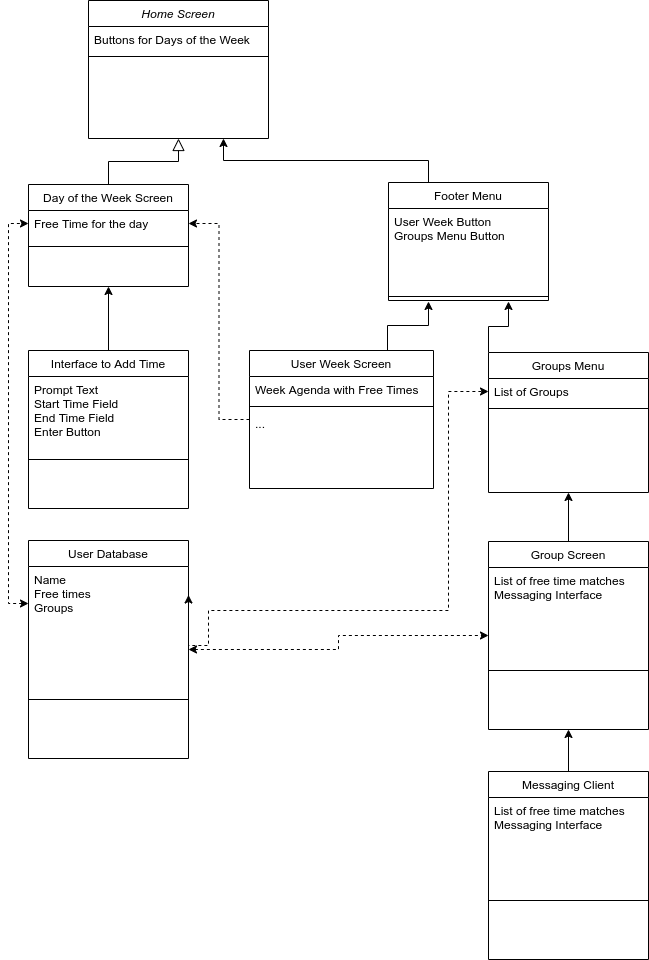
calvin-cs262-fall2020-teamD/freetime-project keeps this draw.io diagram as FreeTime_UML.png. Above is the earlier version. Source tidied: cells renumbered, new cells last; positions are measured from the earlier drawing's top-left corner, leaving out a move shared by most shapes.
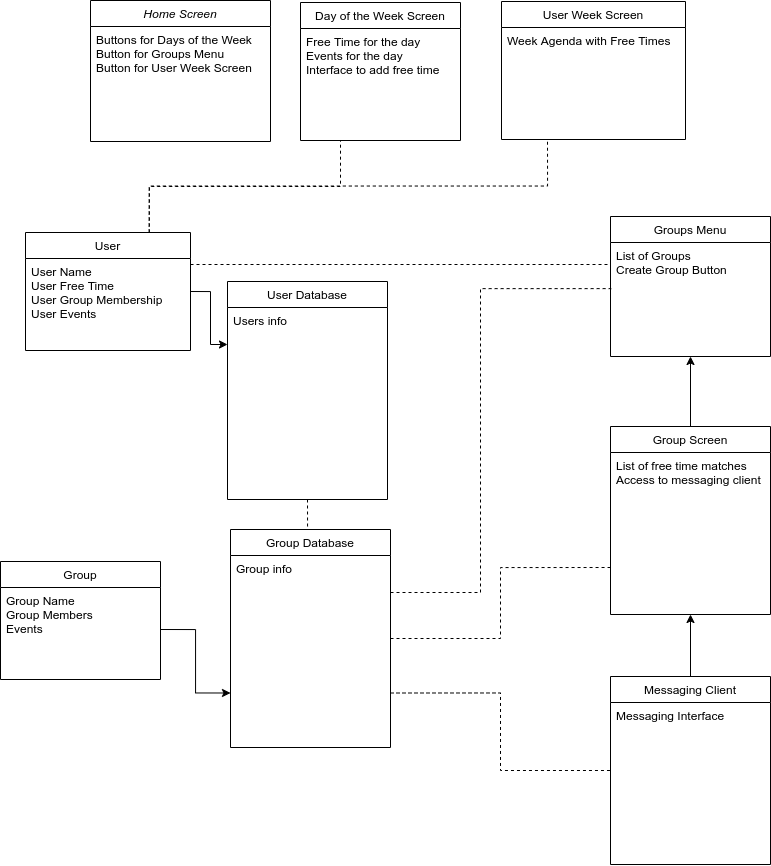
Later version of the same file.

Commit message:
Fixes UML Diagram

What changed in the source:
```diff
@@ -2,135 +2,112 @@
   <root>
     <mxCell id="0" />
     <mxCell id="1" parent="0" />
+    <mxCell id="10" value="Day of the Week Screen" style="swimlane;fontStyle=0;align=center;verticalAlign=top;horizontal=1;startSize=26;rounded=0;shadow=0;strokeWidth=1;" parent="1" vertex="1">
+      <mxGeometry x="60" y="2" width="160" height="138" as="geometry" />
+    </mxCell>
+    <mxCell id="11" value="Free Time for the day&#10;Events for the day&#10;Interface to add free time" style="text;align=left;verticalAlign=top;spacingLeft=4;spacingRight=4;overflow=hidden;points=[[0,0.5],[1,0.5]];portConstraint=eastwest;" parent="10" vertex="1">
+      <mxGeometry y="26" width="160" height="54" as="geometry" />
+    </mxCell>
+    <mxCell id="16" value="User Week Screen" style="swimlane;fontStyle=0;align=center;verticalAlign=top;horizontal=1;startSize=26;rounded=0;shadow=0;strokeWidth=1;" parent="1" vertex="1">
+      <mxGeometry x="261" y="1" width="184" height="138" as="geometry" />
+    </mxCell>
+    <mxCell id="17" value="Week Agenda with Free Times" style="text;align=left;verticalAlign=top;spacingLeft=4;spacingRight=4;overflow=hidden;rounded=0;shadow=0;html=0;" parent="16" vertex="1">
+      <mxGeometry y="26" width="184" height="26" as="geometry" />
+    </mxCell>
+    <mxCell id="24" style="edgeStyle=orthogonalEdgeStyle;rounded=0;jettySize=auto;html=1;exitX=0;exitY=0.5;exitDx=0;exitDy=0;entryX=1;entryY=0.75;entryDx=0;entryDy=0;strokeColor=none;jumpStyle=gap;" parent="1" edge="1" target="10">
+      <mxGeometry relative="1" as="geometry">
+        <mxPoint x="261" y="74" as="sourcePoint" />
+      </mxGeometry>
+    </mxCell>
+    <mxCell id="25" style="edgeStyle=orthogonalEdgeStyle;rounded=0;jettySize=auto;html=1;exitX=0.5;exitY=0;exitDx=0;exitDy=0;entryX=0.5;entryY=1;entryDx=0;entryDy=0;" parent="1" edge="1" source="26" target="7">
+      <mxGeometry relative="1" as="geometry" />
+    </mxCell>
+    <mxCell id="7" value="Groups Menu" style="swimlane;fontStyle=0;align=center;verticalAlign=top;horizontal=1;startSize=26;rounded=0;shadow=0;strokeWidth=1;" parent="1" vertex="1">
+      <mxGeometry x="370" y="216" width="160" height="140" as="geometry" />
+    </mxCell>
+    <mxCell id="8" value="List of Groups&#10;Create Group Button&#10;" style="text;align=left;verticalAlign=top;spacingLeft=4;spacingRight=4;overflow=hidden;points=[[0,0.5],[1,0.5]];portConstraint=eastwest;" parent="7" vertex="1">
+      <mxGeometry y="26" width="160" height="44" as="geometry" />
+    </mxCell>
     <mxCell id="2" value="Home Screen" style="swimlane;fontStyle=2;align=center;verticalAlign=top;horizontal=1;startSize=26;rounded=0;shadow=0;strokeWidth=1;" parent="1" vertex="1">
-      <mxGeometry x="60" width="180" height="138" as="geometry" />
+      <mxGeometry x="-150" width="180" height="141" as="geometry" />
     </mxCell>
-    <mxCell id="3" value="Buttons for Days of the Week" style="text;align=left;verticalAlign=top;spacingLeft=4;spacingRight=4;overflow=hidden;" parent="2" vertex="1">
-      <mxGeometry y="26" width="180" height="26" as="geometry" />
+    <mxCell id="3" value="Buttons for Days of the Week&#10;Button for Groups Menu&#10;Button for User Week Screen" style="text;align=left;verticalAlign=top;spacingLeft=4;spacingRight=4;overflow=hidden;" parent="2" vertex="1">
+      <mxGeometry y="26" width="180" height="64" as="geometry" />
     </mxCell>
-    <mxCell id="4" style="line;html=1;strokeWidth=1;align=left;verticalAlign=middle;spacingTop=-1;spacingLeft=3;spacingRight=3;labelPosition=right;" parent="2" vertex="1">
-      <mxGeometry y="52" width="180" height="8" as="geometry" />
-    </mxCell>
-    <mxCell id="5" value="&#10;" style="text;align=left;verticalAlign=top;spacingLeft=4;spacingRight=4;overflow=hidden;" parent="2" vertex="1">
-      <mxGeometry y="60" width="180" height="40" as="geometry" />
-    </mxCell>
-    <mxCell id="6" style="edgeStyle=orthogonalEdgeStyle;rounded=0;jettySize=auto;html=1;exitX=0;exitY=0;exitDx=0;exitDy=0;entryX=0.75;entryY=1.125;entryDx=0;entryDy=0;entryPerimeter=0;" parent="1" edge="1" source="7" target="32">
-      <mxGeometry relative="1" as="geometry" />
-    </mxCell>
-    <mxCell id="7" value="Groups Menu" style="swimlane;fontStyle=0;align=center;verticalAlign=top;horizontal=1;startSize=26;rounded=0;shadow=0;strokeWidth=1;" parent="1" vertex="1">
-      <mxGeometry x="460" y="352" width="160" height="140" as="geometry" />
-    </mxCell>
-    <mxCell id="8" value="List of Groups" style="text;align=left;verticalAlign=top;spacingLeft=4;spacingRight=4;overflow=hidden;points=[[0,0.5],[1,0.5]];portConstraint=eastwest;" parent="7" vertex="1">
-      <mxGeometry y="26" width="160" height="26" as="geometry" />
-    </mxCell>
-    <mxCell id="9" style="line;html=1;strokeWidth=1;align=left;verticalAlign=middle;spacingTop=-1;spacingLeft=3;spacingRight=3;labelPosition=right;" parent="7" vertex="1">
-      <mxGeometry y="52" width="160" height="8" as="geometry" />
-    </mxCell>
-    <mxCell id="10" value="Day of the Week Screen" style="swimlane;fontStyle=0;align=center;verticalAlign=top;horizontal=1;startSize=26;rounded=0;shadow=0;strokeWidth=1;" parent="1" vertex="1">
-      <mxGeometry y="184" width="160" height="102" as="geometry" />
-    </mxCell>
-    <mxCell id="11" value="Free Time for the day" style="text;align=left;verticalAlign=top;spacingLeft=4;spacingRight=4;overflow=hidden;points=[[0,0.5],[1,0.5]];portConstraint=eastwest;" parent="10" vertex="1">
-      <mxGeometry y="26" width="160" height="26" as="geometry" />
-    </mxCell>
-    <mxCell id="12" style="line;html=1;strokeWidth=1;align=left;verticalAlign=middle;spacingTop=-1;spacingLeft=3;spacingRight=3;labelPosition=right;" parent="10" vertex="1">
-      <mxGeometry y="52" width="160" height="20" as="geometry" />
-    </mxCell>
-    <mxCell id="13" style="endArrow=block;endSize=10;endFill=0;shadow=0;strokeWidth=1;rounded=0;edgeStyle=elbowEdgeStyle;elbow=vertical;" parent="1" edge="1" source="10" target="2">
-      <mxGeometry relative="1" as="geometry" />
-    </mxCell>
-    <mxCell id="14" style="edgeStyle=orthogonalEdgeStyle;rounded=0;jettySize=auto;html=1;exitX=0.75;exitY=0;exitDx=0;exitDy=0;entryX=0.25;entryY=1.125;entryDx=0;entryDy=0;entryPerimeter=0;" parent="1" edge="1" source="16" target="32">
-      <mxGeometry relative="1" as="geometry" />
-    </mxCell>
-    <mxCell id="15" style="edgeStyle=orthogonalEdgeStyle;rounded=0;jumpStyle=gap;jettySize=auto;html=1;exitX=0;exitY=0.5;exitDx=0;exitDy=0;entryX=1;entryY=0.5;entryDx=0;entryDy=0;dashed=1;startArrow=none;startFill=0;endArrow=classic;endFill=1;" parent="1" edge="1" source="16" target="11">
-      <mxGeometry relative="1" as="geometry" />
-    </mxCell>
-    <mxCell id="16" value="User Week Screen" style="swimlane;fontStyle=0;align=center;verticalAlign=top;horizontal=1;startSize=26;rounded=0;shadow=0;strokeWidth=1;" parent="1" vertex="1">
-      <mxGeometry x="221" y="350" width="184" height="138" as="geometry" />
-    </mxCell>
-    <mxCell id="17" value="Week Agenda with Free Times" style="text;align=left;verticalAlign=top;spacingLeft=4;spacingRight=4;overflow=hidden;rounded=0;shadow=0;html=0;" parent="16" vertex="1">
-      <mxGeometry y="26" width="184" height="26" as="geometry" />
-    </mxCell>
-    <mxCell id="18" style="line;html=1;strokeWidth=1;align=left;verticalAlign=middle;spacingTop=-1;spacingLeft=3;spacingRight=3;labelPosition=right;" parent="16" vertex="1">
-      <mxGeometry y="52" width="184" height="8" as="geometry" />
-    </mxCell>
-    <mxCell id="19" value="..." style="text;align=left;verticalAlign=top;spacingLeft=4;spacingRight=4;overflow=hidden;points=[[0,0.5],[1,0.5]];portConstraint=eastwest;" parent="16" vertex="1">
-      <mxGeometry y="60" width="184" height="26" as="geometry" />
-    </mxCell>
-    <mxCell id="20" style="edgeStyle=orthogonalEdgeStyle;rounded=0;jettySize=auto;html=1;exitX=0.5;exitY=0;exitDx=0;exitDy=0;entryX=0.5;entryY=1;entryDx=0;entryDy=0;" parent="1" edge="1" source="21" target="10">
-      <mxGeometry relative="1" as="geometry" />
-    </mxCell>
-    <mxCell id="21" value="Interface to Add Time" style="swimlane;fontStyle=0;align=center;verticalAlign=top;horizontal=1;startSize=26;rounded=0;shadow=0;strokeWidth=1;" parent="1" vertex="1">
-      <mxGeometry y="350" width="160" height="158" as="geometry" />
-    </mxCell>
-    <mxCell id="22" value="Prompt Text&#10;Start Time Field&#10;End Time Field&#10;Enter Button&#10;" style="text;align=left;verticalAlign=top;spacingLeft=4;spacingRight=4;overflow=hidden;" parent="21" vertex="1">
-      <mxGeometry y="26" width="160" height="64" as="geometry" />
-    </mxCell>
-    <mxCell id="23" style="line;html=1;strokeWidth=1;align=left;verticalAlign=middle;spacingTop=-1;spacingLeft=3;spacingRight=3;labelPosition=right;" parent="21" vertex="1">
-      <mxGeometry y="90" width="160" height="38" as="geometry" />
-    </mxCell>
-    <mxCell id="24" style="edgeStyle=orthogonalEdgeStyle;rounded=0;jettySize=auto;html=1;exitX=0;exitY=0.5;exitDx=0;exitDy=0;entryX=1;entryY=0.75;entryDx=0;entryDy=0;strokeColor=none;jumpStyle=gap;" parent="1" edge="1" source="19" target="10">
-      <mxGeometry relative="1" as="geometry" />
-    </mxCell>
-    <mxCell id="25" style="edgeStyle=orthogonalEdgeStyle;rounded=0;jettySize=auto;html=1;exitX=0.5;exitY=0;exitDx=0;exitDy=0;entryX=0.5;entryY=1;entryDx=0;entryDy=0;" parent="1" edge="1" source="26" target="7">
-      <mxGeometry relative="1" as="geometry" />
-    </mxCell>
     <mxCell id="26" value="Group Screen" style="swimlane;fontStyle=0;align=center;verticalAlign=top;horizontal=1;startSize=26;rounded=0;shadow=0;strokeWidth=1;" parent="1" vertex="1">
-      <mxGeometry x="460" y="541" width="160" height="188" as="geometry" />
+      <mxGeometry x="370" y="426" width="160" height="188" as="geometry" />
     </mxCell>
-    <mxCell id="27" value="List of free time matches&#10;Messaging Interface" style="text;align=left;verticalAlign=top;spacingLeft=4;spacingRight=4;overflow=hidden;" parent="26" vertex="1">
+    <mxCell id="27" value="List of free time matches&#10;Access to messaging client" style="text;align=left;verticalAlign=top;spacingLeft=4;spacingRight=4;overflow=hidden;" parent="26" vertex="1">
       <mxGeometry y="26" width="160" height="44" as="geometry" />
     </mxCell>
-    <mxCell id="28" style="line;html=1;strokeWidth=1;align=left;verticalAlign=middle;spacingTop=-1;spacingLeft=3;spacingRight=3;labelPosition=right;" parent="26" vertex="1">
-      <mxGeometry y="70" width="160" height="118" as="geometry" />
-    </mxCell>
-    <mxCell id="29" style="edgeStyle=orthogonalEdgeStyle;rounded=0;jettySize=auto;html=1;exitX=0.25;exitY=0;exitDx=0;exitDy=0;entryX=0.75;entryY=1;entryDx=0;entryDy=0;" parent="1" edge="1" source="30" target="2">
-      <mxGeometry relative="1" as="geometry" />
-    </mxCell>
-    <mxCell id="30" value="Footer Menu" style="swimlane;fontStyle=0;align=center;verticalAlign=top;horizontal=1;startSize=26;rounded=0;shadow=0;strokeWidth=1;" parent="1" vertex="1">
-      <mxGeometry x="360" y="182" width="160" height="118" as="geometry" />
-    </mxCell>
-    <mxCell id="31" value="User Week Button&#10;Groups Menu Button" style="text;align=left;verticalAlign=top;spacingLeft=4;spacingRight=4;overflow=hidden;" parent="30" vertex="1">
-      <mxGeometry y="26" width="160" height="84" as="geometry" />
-    </mxCell>
-    <mxCell id="32" style="line;html=1;strokeWidth=1;align=left;verticalAlign=middle;spacingTop=-1;spacingLeft=3;spacingRight=3;labelPosition=right;points=[];portConstraint=eastwest;" parent="30" vertex="1">
-      <mxGeometry y="110" width="160" height="8" as="geometry" />
-    </mxCell>
-    <mxCell id="33" style="edgeStyle=orthogonalEdgeStyle;rounded=0;jumpStyle=gap;jettySize=auto;html=1;exitX=1;exitY=0.25;exitDx=0;exitDy=0;entryX=0;entryY=0.5;entryDx=0;entryDy=0;dashed=1;startArrow=classic;startFill=1;endArrow=classic;endFill=1;" parent="1" edge="1" source="35" target="8">
-      <mxGeometry relative="1" as="geometry">
-        <Array as="points">
-          <mxPoint x="180" y="645" />
-          <mxPoint x="180" y="610" />
-          <mxPoint x="420" y="610" />
-          <mxPoint x="420" y="391" />
-        </Array>
-      </mxGeometry>
-    </mxCell>
-    <mxCell id="34" style="edgeStyle=orthogonalEdgeStyle;rounded=0;jumpStyle=gap;jettySize=auto;html=1;exitX=1;exitY=0.5;exitDx=0;exitDy=0;entryX=0;entryY=0.5;entryDx=0;entryDy=0;dashed=1;startArrow=classic;startFill=1;endArrow=classic;endFill=1;" parent="1" edge="1" source="35" target="26">
-      <mxGeometry relative="1" as="geometry" />
-    </mxCell>
     <mxCell id="35" value="User Database" style="swimlane;fontStyle=0;align=center;verticalAlign=top;horizontal=1;startSize=26;rounded=0;shadow=0;strokeWidth=1;" parent="1" vertex="1">
-      <mxGeometry y="540" width="160" height="218" as="geometry" />
+      <mxGeometry x="-13" y="281" width="160" height="218" as="geometry" />
     </mxCell>
-    <mxCell id="36" value="Name&#10;Free times&#10;Groups" style="text;align=left;verticalAlign=top;spacingLeft=4;spacingRight=4;overflow=hidden;points=[[0,0.5],[1,0.5]];portConstraint=eastwest;" parent="35" vertex="1">
+    <mxCell id="36" value="Users info&#10;" style="text;align=left;verticalAlign=top;spacingLeft=4;spacingRight=4;overflow=hidden;points=[[0,0.5],[1,0.5]];portConstraint=eastwest;" parent="35" vertex="1">
       <mxGeometry y="26" width="160" height="74" as="geometry" />
     </mxCell>
-    <mxCell id="37" style="line;html=1;strokeWidth=1;align=left;verticalAlign=middle;spacingTop=-1;spacingLeft=3;spacingRight=3;labelPosition=right;" parent="35" vertex="1">
-      <mxGeometry y="100" width="160" height="118" as="geometry" />
-    </mxCell>
     <mxCell id="38" style="edgeStyle=orthogonalEdgeStyle;rounded=0;jumpStyle=gap;jettySize=auto;html=1;exitX=0.5;exitY=0;exitDx=0;exitDy=0;entryX=0.5;entryY=1;entryDx=0;entryDy=0;startArrow=none;startFill=0;endArrow=classic;endFill=1;" parent="1" edge="1" source="39" target="26">
       <mxGeometry relative="1" as="geometry" />
     </mxCell>
     <mxCell id="39" value="Messaging Client" style="swimlane;fontStyle=0;align=center;verticalAlign=top;horizontal=1;startSize=26;rounded=0;shadow=0;strokeWidth=1;" parent="1" vertex="1">
-      <mxGeometry x="460" y="771" width="160" height="188" as="geometry" />
+      <mxGeometry x="370" y="676" width="160" height="188" as="geometry" />
     </mxCell>
-    <mxCell id="40" value="List of free time matches&#10;Messaging Interface" style="text;align=left;verticalAlign=top;spacingLeft=4;spacingRight=4;overflow=hidden;" parent="39" vertex="1">
+    <mxCell id="40" value="Messaging Interface" style="text;align=left;verticalAlign=top;spacingLeft=4;spacingRight=4;overflow=hidden;" parent="39" vertex="1">
       <mxGeometry y="26" width="160" height="44" as="geometry" />
     </mxCell>
-    <mxCell id="41" style="line;html=1;strokeWidth=1;align=left;verticalAlign=middle;spacingTop=-1;spacingLeft=3;spacingRight=3;labelPosition=right;" parent="39" vertex="1">
-      <mxGeometry y="70" width="160" height="118" as="geometry" />
-    </mxCell>
-    <mxCell id="42" style="edgeStyle=orthogonalEdgeStyle;rounded=0;jumpStyle=gap;jettySize=auto;html=1;exitX=0;exitY=0.5;exitDx=0;exitDy=0;entryX=0;entryY=0.5;entryDx=0;entryDy=0;startArrow=classic;startFill=1;endArrow=classic;endFill=1;dashed=1;" parent="1" edge="1" source="36" target="11">
-      <mxGeometry relative="1" as="geometry" />
-    </mxCell>
+    <mxCell id="43" style="edgeStyle=orthogonalEdgeStyle;rounded=0;jettySize=auto;html=1;exitX=1;exitY=0.5;exitDx=0;exitDy=0;startArrow=none;startFill=0;endArrow=classic;endFill=1;" parent="1" edge="1" source="46" target="36">
+      <mxGeometry relative="1" as="geometry" />
+    </mxCell>
+    <mxCell id="44" style="edgeStyle=orthogonalEdgeStyle;rounded=0;jettySize=auto;html=1;exitX=0.75;exitY=0;exitDx=0;exitDy=0;entryX=0.25;entryY=1;entryDx=0;entryDy=0;dashed=1;startArrow=none;startFill=0;endArrow=none;endFill=0;" parent="1" edge="1" source="46" target="10">
+      <mxGeometry relative="1" as="geometry" />
+    </mxCell>
+    <mxCell id="45" style="edgeStyle=orthogonalEdgeStyle;rounded=0;jettySize=auto;html=1;exitX=0.75;exitY=0;exitDx=0;exitDy=0;entryX=0.25;entryY=1;entryDx=0;entryDy=0;dashed=1;startArrow=none;startFill=0;endArrow=none;endFill=0;" parent="1" edge="1" source="46" target="16">
+      <mxGeometry relative="1" as="geometry" />
+    </mxCell>
+    <mxCell id="46" value="User" style="swimlane;fontStyle=0;align=center;verticalAlign=top;horizontal=1;startSize=26;rounded=0;shadow=0;strokeWidth=1;" parent="1" vertex="1">
+      <mxGeometry x="-215" y="232" width="165" height="118" as="geometry" />
+    </mxCell>
+    <mxCell id="47" value="User Name&#10;User Free Time&#10;User Group Membership&#10;User Events" style="text;align=left;verticalAlign=top;spacingLeft=4;spacingRight=4;overflow=hidden;points=[[0,0.5],[1,0.5]];portConstraint=eastwest;" parent="46" vertex="1">
+      <mxGeometry y="26" width="165" height="84" as="geometry" />
+    </mxCell>
+    <mxCell id="48" value="Group" style="swimlane;fontStyle=0;align=center;verticalAlign=top;horizontal=1;startSize=26;rounded=0;shadow=0;strokeWidth=1;" parent="1" vertex="1">
+      <mxGeometry x="-240" y="561" width="160" height="118" as="geometry" />
+    </mxCell>
+    <mxCell id="49" value="Group Name&#10;Group Members&#10;Events" style="text;align=left;verticalAlign=top;spacingLeft=4;spacingRight=4;overflow=hidden;points=[[0,0.5],[1,0.5]];portConstraint=eastwest;" parent="48" vertex="1">
+      <mxGeometry y="26" width="160" height="84" as="geometry" />
+    </mxCell>
+    <mxCell id="50" style="edgeStyle=orthogonalEdgeStyle;rounded=0;jettySize=auto;html=1;exitX=0.5;exitY=0;exitDx=0;exitDy=0;entryX=0.5;entryY=1;entryDx=0;entryDy=0;startArrow=none;startFill=0;endArrow=none;endFill=0;dashed=1;" parent="1" edge="1" source="53" target="35">
+      <mxGeometry relative="1" as="geometry" />
+    </mxCell>
+    <mxCell id="51" style="edgeStyle=orthogonalEdgeStyle;rounded=0;jettySize=auto;html=1;exitX=1;exitY=0.5;exitDx=0;exitDy=0;entryX=0;entryY=0.75;entryDx=0;entryDy=0;dashed=1;startArrow=none;startFill=0;endArrow=none;endFill=0;" parent="1" edge="1" source="53" target="26">
+      <mxGeometry relative="1" as="geometry" />
+    </mxCell>
+    <mxCell id="52" style="edgeStyle=orthogonalEdgeStyle;rounded=0;jettySize=auto;html=1;exitX=1;exitY=0.75;exitDx=0;exitDy=0;entryX=0;entryY=0.5;entryDx=0;entryDy=0;dashed=1;startArrow=none;startFill=0;endArrow=none;endFill=0;" parent="1" edge="1" source="53" target="39">
+      <mxGeometry relative="1" as="geometry" />
+    </mxCell>
+    <mxCell id="53" value="Group Database" style="swimlane;fontStyle=0;align=center;verticalAlign=top;horizontal=1;startSize=26;rounded=0;shadow=0;strokeWidth=1;" parent="1" vertex="1">
+      <mxGeometry x="-10" y="529" width="160" height="218" as="geometry" />
+    </mxCell>
+    <mxCell id="54" value="Group info" style="text;align=left;verticalAlign=top;spacingLeft=4;spacingRight=4;overflow=hidden;points=[[0,0.5],[1,0.5]];portConstraint=eastwest;" parent="53" vertex="1">
+      <mxGeometry y="26" width="160" height="74" as="geometry" />
+    </mxCell>
+    <mxCell id="55" style="edgeStyle=orthogonalEdgeStyle;rounded=0;jettySize=auto;html=1;exitX=1;exitY=0.5;exitDx=0;exitDy=0;entryX=0;entryY=0.75;entryDx=0;entryDy=0;startArrow=none;startFill=0;endArrow=classic;endFill=1;" parent="1" edge="1" source="49" target="53">
+      <mxGeometry relative="1" as="geometry" />
+    </mxCell>
+    <mxCell id="56" style="edgeStyle=orthogonalEdgeStyle;rounded=0;jettySize=auto;html=1;exitX=1;exitY=0.5;exitDx=0;exitDy=0;entryX=0.005;entryY=1.048;entryDx=0;entryDy=0;entryPerimeter=0;dashed=1;startArrow=none;startFill=0;endArrow=none;endFill=0;" parent="1" edge="1" source="54" target="8">
+      <mxGeometry relative="1" as="geometry">
+        <Array as="points">
+          <mxPoint x="240" y="592" />
+          <mxPoint x="240" y="288" />
+        </Array>
+      </mxGeometry>
+    </mxCell>
+    <mxCell id="57" style="edgeStyle=orthogonalEdgeStyle;rounded=0;jettySize=auto;html=1;exitX=1;exitY=0.5;exitDx=0;exitDy=0;entryX=0;entryY=0.5;entryDx=0;entryDy=0;dashed=1;startArrow=none;startFill=0;endArrow=none;endFill=0;" parent="1" edge="1" source="47" target="8">
+      <mxGeometry relative="1" as="geometry">
+        <Array as="points">
+          <mxPoint x="-50" y="264" />
+        </Array>
+      </mxGeometry>
+    </mxCell>
   </root>
 </mxGraphModel>
```
